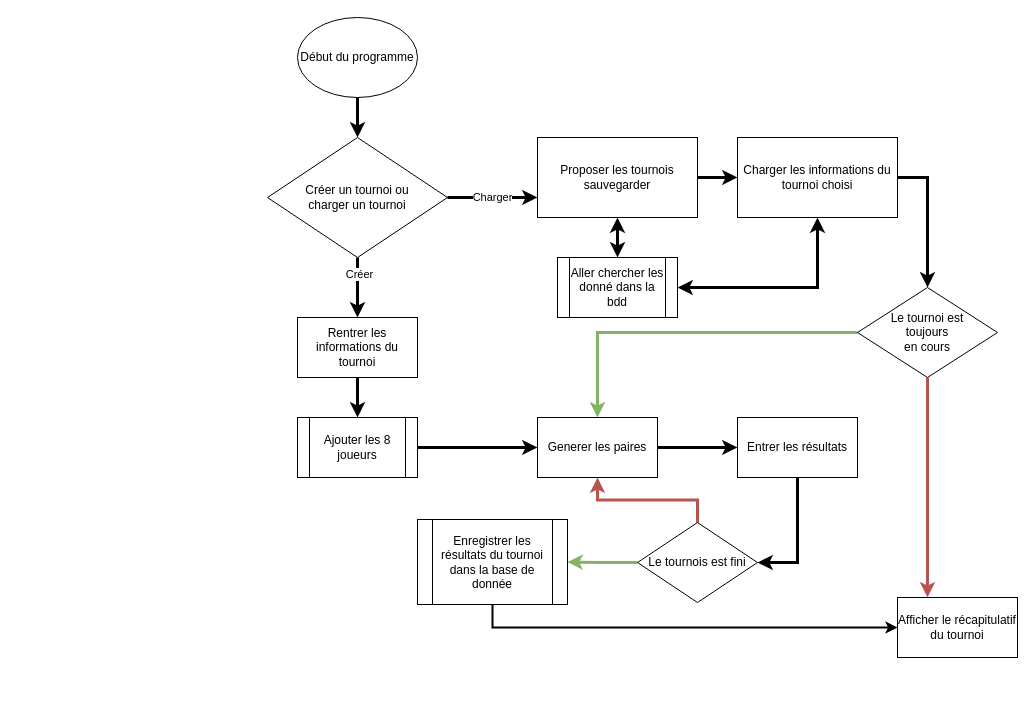
Before: page "diagramme de flux" (2 of 2) of project_4.drawio in herbetelem/Open_project_4, a draw.io diagram. Source tidied: cells renumbered, new cells numbered last; positions are measured from the earlier drawing's top-left corner, leaving out a move shared by most shapes. Both pictures are drawn from the tidied source at 100%, with x=0, y=0 at pixel (267, 17).
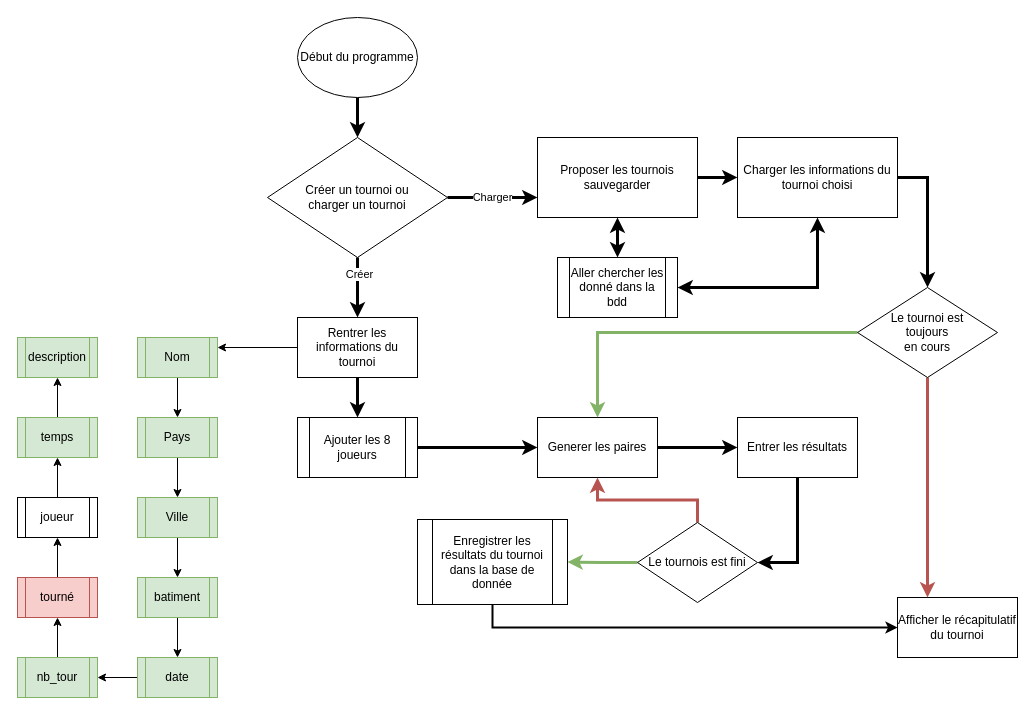
After the change.

The change refers to these unchanged cells:
```xml
<mxCell id="16" value="Rentrer les informations du tournoi" style="rounded=0;whiteSpace=wrap;html=1;" parent="1" vertex="1">
  <mxGeometry x="30" y="300" width="120" height="60" as="geometry" />
</mxCell>
```

Change to the diagram source:
```diff
@@
+    <mxCell id="32" style="edgeStyle=orthogonalEdgeStyle;rounded=0;jettySize=auto;html=1;entryX=1;entryY=0.25;entryDx=0;entryDy=0;" parent="1" edge="1" source="16" target="38">
+      <mxGeometry relative="1" as="geometry" />
+    </mxCell>
@@
+    <mxCell id="33" style="edgeStyle=orthogonalEdgeStyle;rounded=0;jettySize=auto;html=1;entryX=0.5;entryY=0;entryDx=0;entryDy=0;" parent="1" edge="1" source="34" target="36">
+      <mxGeometry relative="1" as="geometry" />
+    </mxCell>
+    <mxCell id="34" value="Pays" style="shape=process;whiteSpace=wrap;html=1;backgroundOutline=1;fillColor=#d5e8d4;strokeColor=#82b366;" parent="1" vertex="1">
+      <mxGeometry x="-130" y="400" width="80" height="40" as="geometry" />
+    </mxCell>
+    <mxCell id="35" style="edgeStyle=orthogonalEdgeStyle;rounded=0;jettySize=auto;html=1;entryX=0.5;entryY=0;entryDx=0;entryDy=0;" parent="1" edge="1" source="36" target="40">
+      <mxGeometry relative="1" as="geometry" />
+    </mxCell>
+    <mxCell id="36" value="Ville" style="shape=process;whiteSpace=wrap;html=1;backgroundOutline=1;fillColor=#d5e8d4;strokeColor=#82b366;" parent="1" vertex="1">
+      <mxGeometry x="-130" y="480" width="80" height="40" as="geometry" />
+    </mxCell>
+    <mxCell id="37" style="edgeStyle=orthogonalEdgeStyle;rounded=0;jettySize=auto;html=1;entryX=0.5;entryY=0;entryDx=0;entryDy=0;" parent="1" edge="1" source="38" target="34">
+      <mxGeometry relative="1" as="geometry" />
+    </mxCell>
+    <mxCell id="38" value="Nom" style="shape=process;whiteSpace=wrap;html=1;backgroundOutline=1;fillColor=#d5e8d4;strokeColor=#82b366;" parent="1" vertex="1">
+      <mxGeometry x="-130" y="320" width="80" height="40" as="geometry" />
+    </mxCell>
+    <mxCell id="39" style="edgeStyle=orthogonalEdgeStyle;rounded=0;jettySize=auto;html=1;entryX=0.5;entryY=0;entryDx=0;entryDy=0;" parent="1" edge="1" source="40" target="42">
+      <mxGeometry relative="1" as="geometry" />
+    </mxCell>
+    <mxCell id="40" value="batiment" style="shape=process;whiteSpace=wrap;html=1;backgroundOutline=1;fillColor=#d5e8d4;strokeColor=#82b366;" parent="1" vertex="1">
+      <mxGeometry x="-130" y="560" width="80" height="40" as="geometry" />
+    </mxCell>
+    <mxCell id="41" style="edgeStyle=orthogonalEdgeStyle;rounded=0;jettySize=auto;html=1;entryX=1;entryY=0.5;entryDx=0;entryDy=0;" parent="1" edge="1" source="42" target="44">
+      <mxGeometry relative="1" as="geometry" />
+    </mxCell>
+    <mxCell id="42" value="date" style="shape=process;whiteSpace=wrap;html=1;backgroundOutline=1;fillColor=#d5e8d4;strokeColor=#82b366;" parent="1" vertex="1">
+      <mxGeometry x="-130" y="640" width="80" height="40" as="geometry" />
+    </mxCell>
+    <mxCell id="43" style="edgeStyle=orthogonalEdgeStyle;rounded=0;jettySize=auto;html=1;entryX=0.5;entryY=1;entryDx=0;entryDy=0;" parent="1" edge="1" source="44" target="46">
+      <mxGeometry relative="1" as="geometry" />
+    </mxCell>
+    <mxCell id="44" value="nb_tour" style="shape=process;whiteSpace=wrap;html=1;backgroundOutline=1;fillColor=#d5e8d4;strokeColor=#82b366;" parent="1" vertex="1">
+      <mxGeometry x="-250" y="640" width="80" height="40" as="geometry" />
+    </mxCell>
+    <mxCell id="45" style="edgeStyle=orthogonalEdgeStyle;rounded=0;jettySize=auto;html=1;entryX=0.5;entryY=1;entryDx=0;entryDy=0;" parent="1" edge="1" source="46" target="48">
+      <mxGeometry relative="1" as="geometry" />
+    </mxCell>
+    <mxCell id="46" value="tourné" style="shape=process;whiteSpace=wrap;html=1;backgroundOutline=1;fillColor=#f8cecc;strokeColor=#b85450;" parent="1" vertex="1">
+      <mxGeometry x="-250" y="560" width="80" height="40" as="geometry" />
+    </mxCell>
+    <mxCell id="47" style="edgeStyle=orthogonalEdgeStyle;rounded=0;jettySize=auto;html=1;entryX=0.5;entryY=1;entryDx=0;entryDy=0;" parent="1" edge="1" source="48" target="50">
+      <mxGeometry relative="1" as="geometry" />
+    </mxCell>
+    <mxCell id="48" value="joueur" style="shape=process;whiteSpace=wrap;html=1;backgroundOutline=1;" parent="1" vertex="1">
+      <mxGeometry x="-250" y="480" width="80" height="40" as="geometry" />
+    </mxCell>
+    <mxCell id="49" style="edgeStyle=orthogonalEdgeStyle;rounded=0;jettySize=auto;html=1;entryX=0.5;entryY=1;entryDx=0;entryDy=0;" parent="1" edge="1" source="50" target="51">
+      <mxGeometry relative="1" as="geometry" />
+    </mxCell>
+    <mxCell id="50" value="temps" style="shape=process;whiteSpace=wrap;html=1;backgroundOutline=1;fillColor=#d5e8d4;strokeColor=#82b366;" parent="1" vertex="1">
+      <mxGeometry x="-250" y="400" width="80" height="40" as="geometry" />
+    </mxCell>
+    <mxCell id="51" value="description" style="shape=process;whiteSpace=wrap;html=1;backgroundOutline=1;fillColor=#d5e8d4;strokeColor=#82b366;" parent="1" vertex="1">
+      <mxGeometry x="-250" y="320" width="80" height="40" as="geometry" />
+    </mxCell>
```
